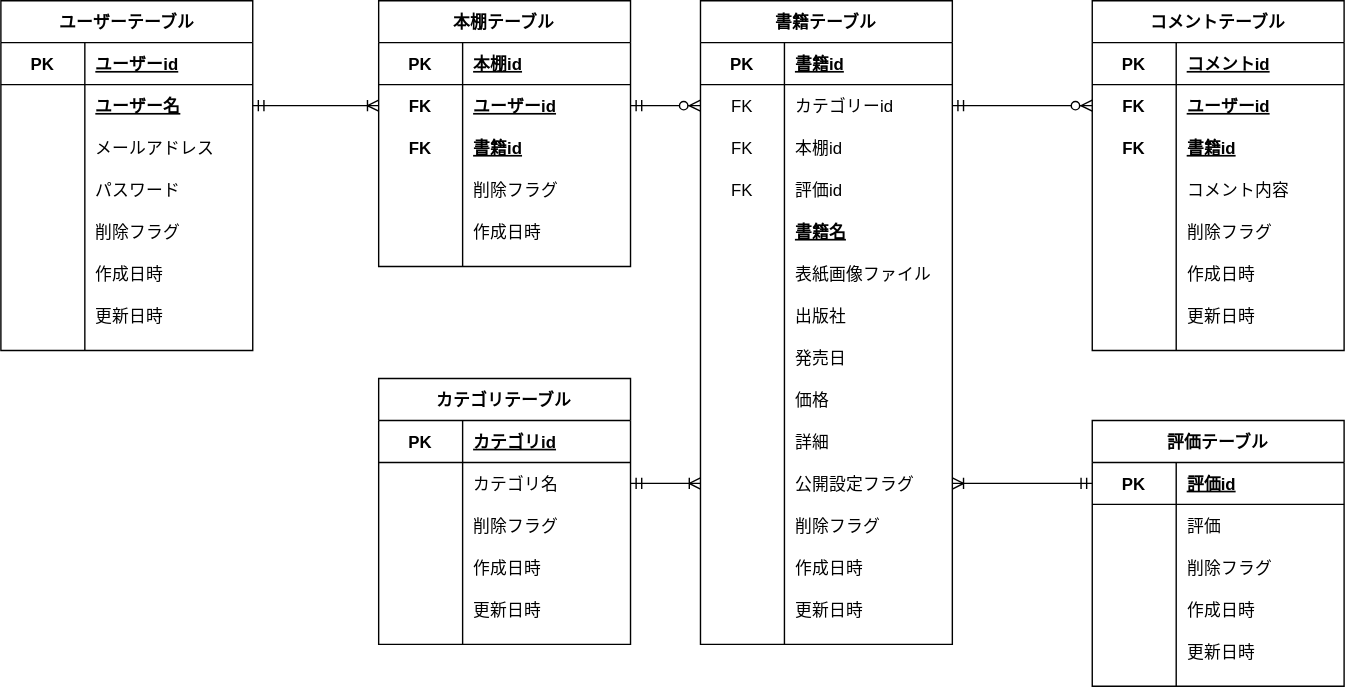
Before: ERdiagram.drawio.svg, a diagram exported from draw.io (takumi98/EngineerBookshelf). Source tidied: cells renumbered, new cells last; positions are measured from the earlier drawing's top-left corner, leaving out a move shared by most shapes.
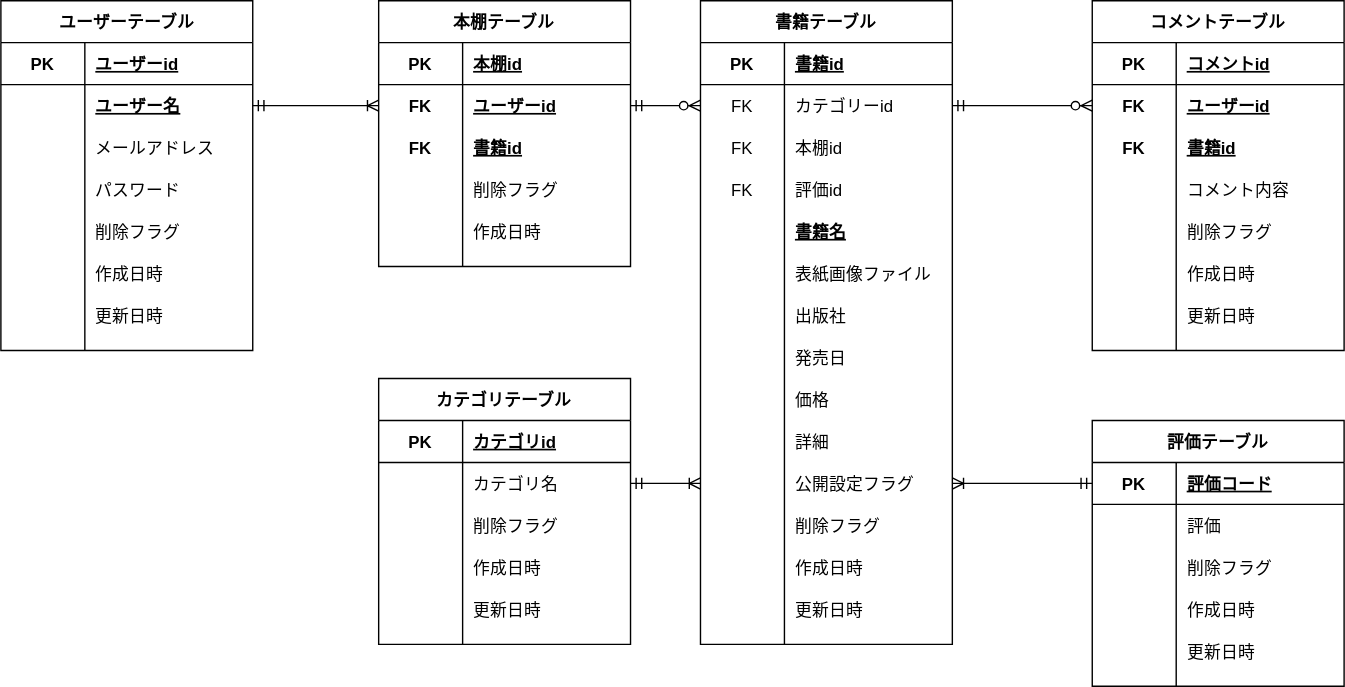
Later version of the same file.

Commit message:
[update]評価テーブルのidを評価コードに変更

The edit, as a diff of the source:
```diff
@@ -376,7 +376,7 @@
     <mxCell id="125" value="PK" style="shape=partialRectangle;fillColor=none;top=0;left=0;bottom=0;right=0;fontStyle=1;overflow=hidden;" parent="124" vertex="1">
       <mxGeometry width="60" height="30" as="geometry" />
     </mxCell>
-    <mxCell id="126" value="評価id" style="shape=partialRectangle;fillColor=none;top=0;left=0;bottom=0;right=0;align=left;spacingLeft=6;fontStyle=5;overflow=hidden;" parent="124" vertex="1">
+    <mxCell id="126" value="評価コード" style="shape=partialRectangle;fillColor=none;top=0;left=0;bottom=0;right=0;align=left;spacingLeft=6;fontStyle=5;overflow=hidden;" parent="124" vertex="1">
       <mxGeometry x="60" width="120" height="30" as="geometry" />
     </mxCell>
     <mxCell id="127" style="shape=partialRectangle;fillColor=none;top=0;left=0;bottom=0;right=0;" parent="123" vertex="1">
```
